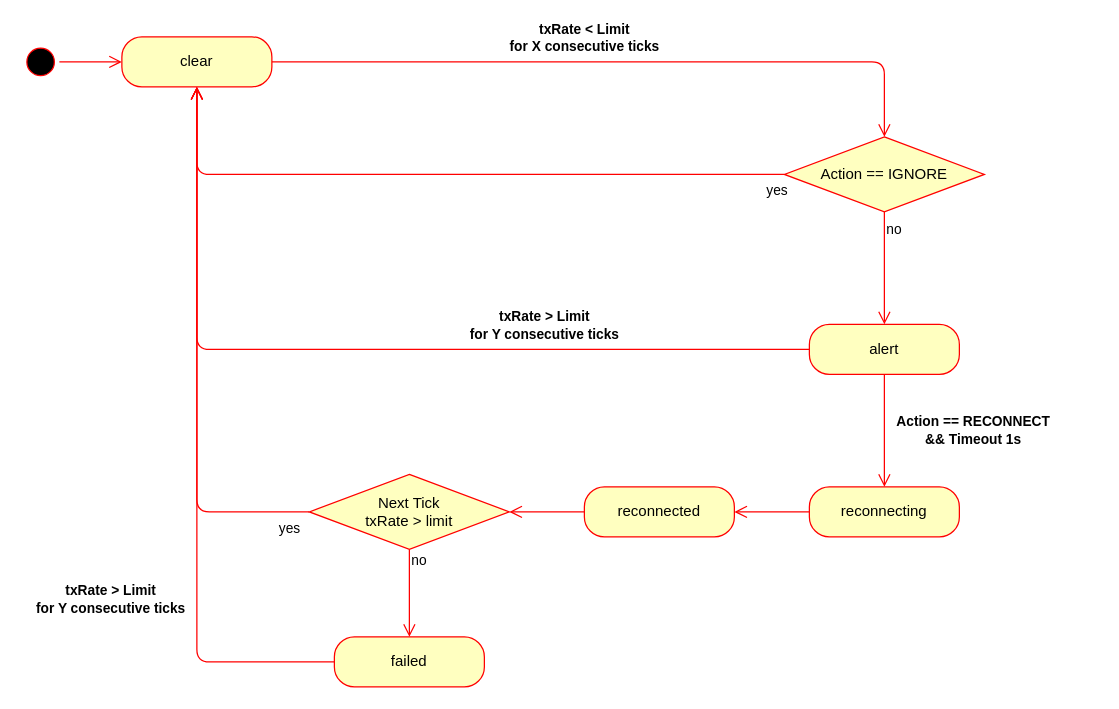
The draw.io diagram yFi/Documentation/diagrams.drawio in rose-m/yFi-app, before the edit. Source tidied: cells renumbered, new cells numbered last; positions are measured from the earlier drawing's top-left corner, leaving out a move shared by most shapes. Both pictures are drawn from the tidied source at 125%, with x=0, y=0 at pixel (21, 36).
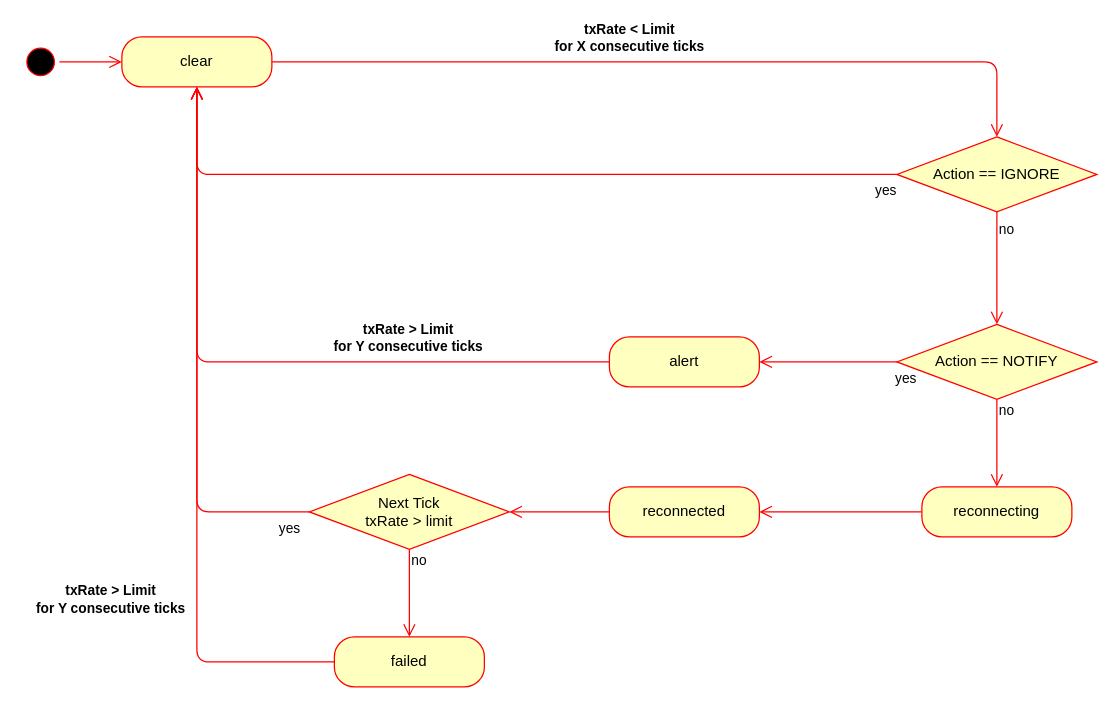
The same diagram, later.

The change refers to these unchanged cells:
```xml
<mxCell id="16" value="clear" style="rounded=1;whiteSpace=wrap;html=1;arcSize=40;fontColor=#000000;fillColor=#ffffc0;strokeColor=#ff0000;" parent="1" vertex="1">
  <mxGeometry x="80" width="120" height="40" as="geometry" />
</mxCell>
```

Diff of the diagram source:
```diff
@@
     <mxCell id="4" style="edgeStyle=orthogonalEdgeStyle;html=1;align=left;verticalAlign=top;endArrow=open;endSize=8;strokeColor=#ff0000;" parent="1" edge="1" source="15" target="16">
       <mxGeometry x="-0.95" y="10" relative="1" as="geometry">
         <Array as="points">
-          <mxPoint x="140" y="250" />
+          <mxPoint x="140" y="260" />
         </Array>
       </mxGeometry>
     </mxCell>
@@
     <mxCell id="8" value="reconnecting" style="rounded=1;whiteSpace=wrap;html=1;arcSize=40;fontColor=#000000;fillColor=#ffffc0;strokeColor=#ff0000;" parent="1" vertex="1">
-      <mxGeometry x="630" y="360" width="120" height="40" as="geometry" />
+      <mxGeometry x="720" y="360" width="120" height="40" as="geometry" />
     </mxCell>
@@
     <mxCell id="10" value="Action == IGNORE" style="rhombus;whiteSpace=wrap;html=1;fillColor=#ffffc0;strokeColor=#ff0000;" parent="1" vertex="1">
-      <mxGeometry x="610" y="80" width="160" height="60" as="geometry" />
+      <mxGeometry x="700" y="80" width="160" height="60" as="geometry" />
     </mxCell>
-    <mxCell id="11" value="no" style="edgeStyle=orthogonalEdgeStyle;html=1;align=left;verticalAlign=bottom;endArrow=open;endSize=8;strokeColor=#ff0000;" parent="1" edge="1" source="10" target="15">
+    <mxCell id="11" value="no" style="edgeStyle=orthogonalEdgeStyle;html=1;align=left;verticalAlign=bottom;endArrow=open;endSize=8;strokeColor=#ff0000;entryX=0.5;entryY=0;entryDx=0;entryDy=0;" parent="1" edge="1" source="10" target="25">
       <mxGeometry x="-0.5" relative="1" as="geometry" />
     </mxCell>
@@
-    <mxCell id="13" style="edgeStyle=orthogonalEdgeStyle;html=1;verticalAlign=bottom;endArrow=open;endSize=8;strokeColor=#ff0000;" parent="1" edge="1" source="15" target="8">
-      <mxGeometry relative="1" as="geometry" />
-    </mxCell>
-    <mxCell id="14" value="Action == RECONNECT&lt;br&gt;&amp;amp;&amp;amp; Timeout 1s" style="edgeLabel;html=1;align=center;verticalAlign=middle;fontStyle=1;" parent="13" vertex="1">
-      <mxGeometry x="-0.2" y="-2" relative="1" as="geometry">
-        <mxPoint x="72" y="8" as="offset" />
-      </mxGeometry>
-    </mxCell>
     <mxCell id="15" value="alert" style="rounded=1;whiteSpace=wrap;html=1;arcSize=40;fontColor=#000000;fillColor=#ffffc0;strokeColor=#ff0000;" parent="1" vertex="1">
-      <mxGeometry x="630" y="230" width="120" height="40" as="geometry" />
+      <mxGeometry x="470" y="240" width="120" height="40" as="geometry" />
     </mxCell>
@@
     <mxCell id="17" value="reconnected" style="rounded=1;whiteSpace=wrap;html=1;arcSize=40;fontColor=#000000;fillColor=#ffffc0;strokeColor=#ff0000;" parent="1" vertex="1">
-      <mxGeometry x="450" y="360" width="120" height="40" as="geometry" />
+      <mxGeometry x="470" y="360" width="120" height="40" as="geometry" />
     </mxCell>
@@
+    <mxCell id="25" value="Action == NOTIFY" style="rhombus;whiteSpace=wrap;html=1;fillColor=#ffffc0;strokeColor=#ff0000;" parent="1" vertex="1">
+      <mxGeometry x="700" y="230" width="160" height="60" as="geometry" />
+    </mxCell>
+    <mxCell id="26" value="yes" style="edgeStyle=orthogonalEdgeStyle;html=1;align=left;verticalAlign=top;endArrow=open;endSize=8;strokeColor=#ff0000;" parent="1" edge="1" source="25" target="15">
+      <mxGeometry x="-0.94" relative="1" as="geometry" />
+    </mxCell>
+    <mxCell id="27" value="no" style="edgeStyle=orthogonalEdgeStyle;html=1;align=left;verticalAlign=bottom;endArrow=open;endSize=8;strokeColor=#ff0000;" parent="1" edge="1" source="25" target="8">
+      <mxGeometry x="-0.5" relative="1" as="geometry" />
+    </mxCell>
```
